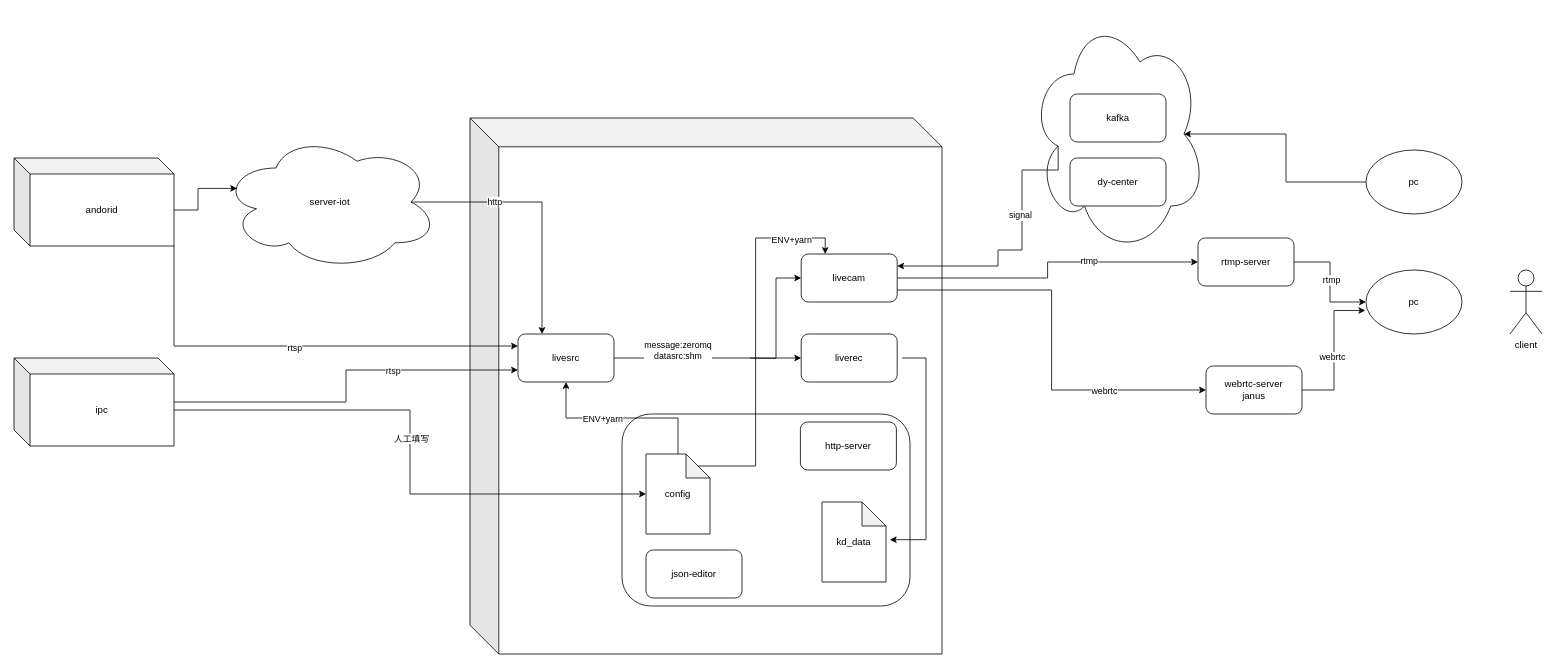
This is Untitled Diagram.drawio from xiaohansu/DailyCode, a draw.io file, before an edit. Source tidied: cells renumbered, new cells numbered last; positions are measured from the earlier drawing's top-left corner, leaving out a move shared by most shapes. Both pictures are drawn from the tidied source at 80%, with x=0, y=0 at pixel (14, 14).
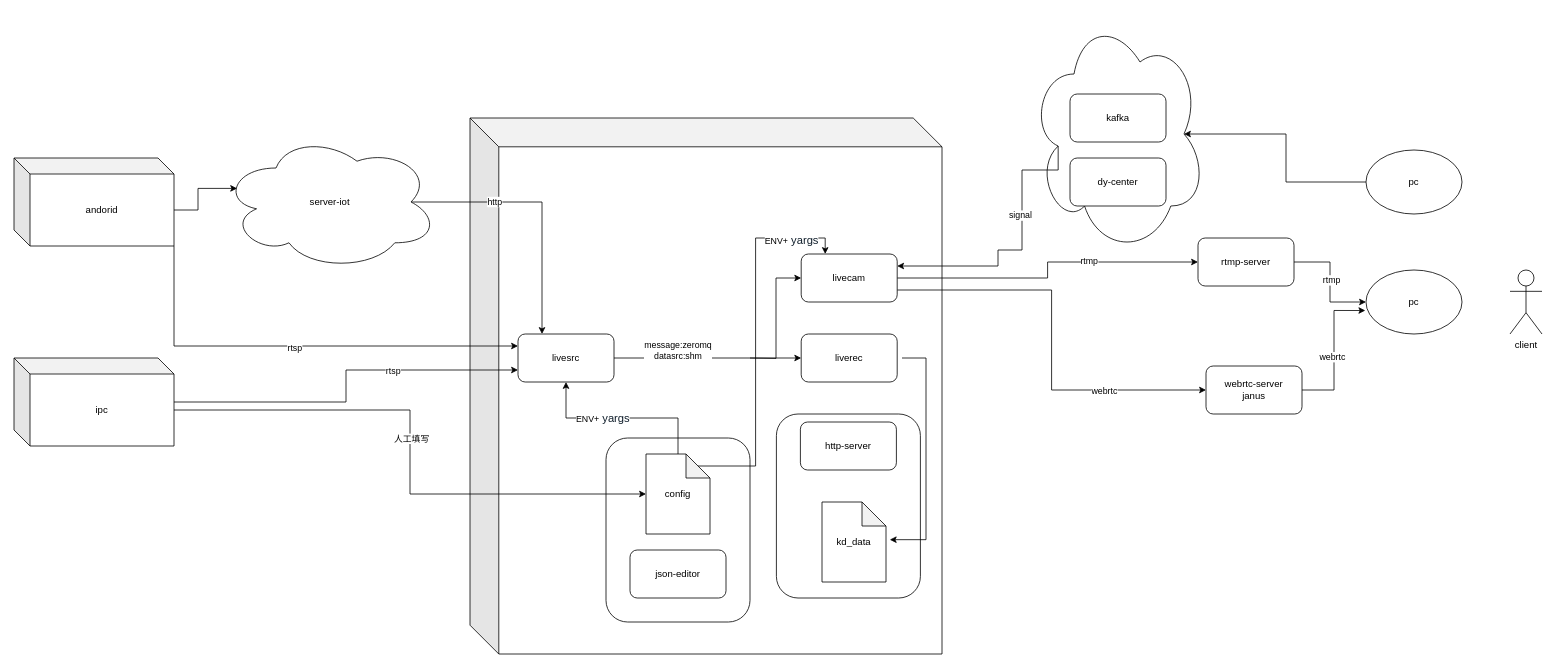
The same page after the edit.

Unchanged cells that the change refers to:
```xml
<mxCell id="41" style="edgeStyle=orthogonalEdgeStyle;rounded=0;jettySize=auto;html=1;exitX=0.5;exitY=0;exitDx=0;exitDy=0;exitPerimeter=0;entryX=0.5;entryY=1;entryDx=0;entryDy=0;" parent="1" edge="1" source="45" target="20">
  <mxGeometry relative="1" as="geometry" />
</mxCell>
<mxCell id="43" style="edgeStyle=orthogonalEdgeStyle;rounded=0;jettySize=auto;html=1;exitX=0;exitY=0;exitDx=65;exitDy=15;exitPerimeter=0;entryX=0.25;entryY=0;entryDx=0;entryDy=0;" parent="1" edge="1" source="45" target="26">
  <mxGeometry relative="1" as="geometry" />
</mxCell>
```

What changed in the source:
```diff
@@
-    <mxCell id="3" style="rounded=1;whiteSpace=wrap;html=1;" parent="1" vertex="1">
-      <mxGeometry x="760" y="500" width="360" height="240" as="geometry" />
-    </mxCell>
+    <mxCell id="51" style="rounded=1;whiteSpace=wrap;html=1;" parent="1" vertex="1">
+      <mxGeometry x="953" y="500" width="180" height="230" as="geometry" />
+    </mxCell>
+    <mxCell id="52" style="rounded=1;whiteSpace=wrap;html=1;" parent="1" vertex="1">
+      <mxGeometry x="740" y="530" width="180" height="230" as="geometry" />
+    </mxCell>
@@
-    <mxCell id="42" value="ENV+yarn" style="edgeLabel;html=1;align=center;verticalAlign=middle;" parent="41" vertex="1">
+    <mxCell id="42" value="ENV+&lt;span style=&quot;color: rgb(17 , 31 , 44) ; font-family: , , &amp;#34;pingfang sc&amp;#34; , &amp;#34;hiragino sans gb&amp;#34; , &amp;#34;segoe ui&amp;#34; , , &amp;#34;roboto&amp;#34; , &amp;#34;droid sans&amp;#34; , &amp;#34;helvetica neue&amp;#34; , sans-serif ; font-size: 14px ; text-align: left&quot;&gt; yargs&lt;/span&gt;" style="edgeLabel;html=1;align=center;verticalAlign=middle;" parent="41" vertex="1">
       <mxGeometry x="0.22" relative="1" as="geometry" />
     </mxCell>
@@
-    <mxCell id="44" value="ENV+yarn" style="edgeLabel;html=1;align=center;verticalAlign=middle;" parent="43" vertex="1">
+    <mxCell id="44" value="ENV+&lt;span style=&quot;color: rgb(17 , 31 , 44) ; font-family: , , &amp;#34;pingfang sc&amp;#34; , &amp;#34;hiragino sans gb&amp;#34; , &amp;#34;segoe ui&amp;#34; , , &amp;#34;roboto&amp;#34; , &amp;#34;droid sans&amp;#34; , &amp;#34;helvetica neue&amp;#34; , sans-serif ; font-size: 14px ; text-align: left&quot;&gt; yargs&lt;/span&gt;" style="edgeLabel;html=1;align=center;verticalAlign=middle;" parent="43" vertex="1">
       <mxGeometry x="0.73" y="-2" relative="1" as="geometry" />
     </mxCell>
@@
     <mxCell id="50" value="json-editor" style="rounded=1;whiteSpace=wrap;html=1;" parent="1" vertex="1">
-      <mxGeometry x="790" y="670" width="120" height="60" as="geometry" />
+      <mxGeometry x="770" y="670" width="120" height="60" as="geometry" />
     </mxCell>
```
